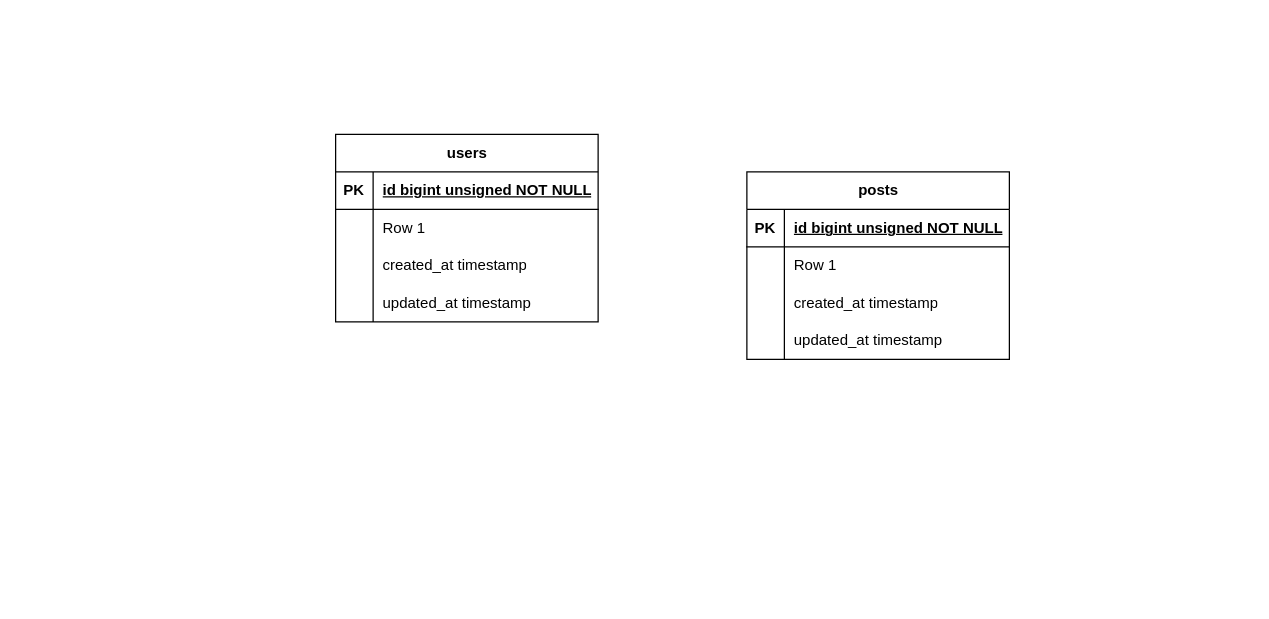
Earlier version of the draw.io diagram docs/apiserver.drawio (canadayama/laravel-apiserver). Source tidied: cells renumbered, new cells numbered last; positions are measured from the earlier drawing's top-left corner, leaving out a move shared by most shapes. Both pictures are drawn from the tidied source at 125%, with x=0, y=0 at pixel (335, 134).
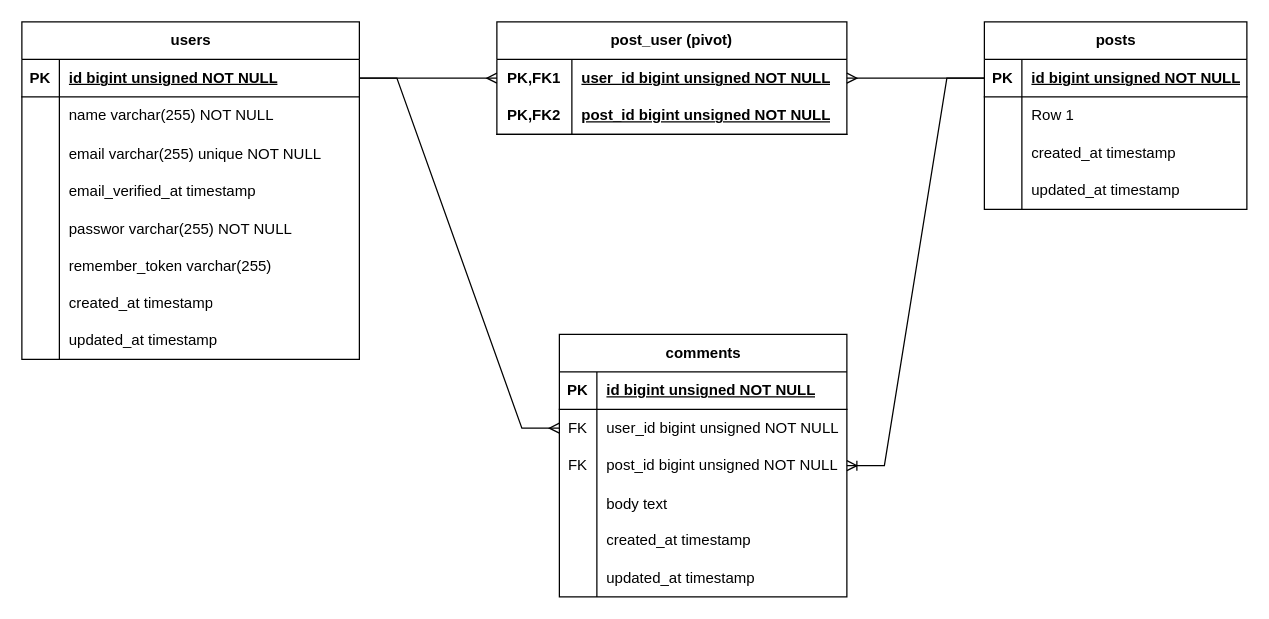
After the change.

The change refers to these unchanged cells:
```xml
<mxCell id="16" style="shape=tableRow;horizontal=0;startSize=0;swimlaneHead=0;swimlaneBody=0;fillColor=none;points=[[0,0.5],[1,0.5]];portConstraint=eastwest;top=0;left=0;right=0;bottom=1;" parent="15" vertex="1">
  <mxGeometry y="30" width="210" height="30" as="geometry" />
</mxCell>
```

The edit, as a diff of the source:
```diff
@@
     <mxCell id="2" value="users" style="shape=table;startSize=30;childLayout=tableLayout;rowLines=0;fontStyle=1;align=center;html=1;" parent="1" vertex="1">
-      <mxGeometry width="210" height="150" as="geometry" />
+      <mxGeometry x="-251" y="-90" width="270" height="270" as="geometry" />
     </mxCell>
     <mxCell id="3" style="shape=tableRow;horizontal=0;startSize=0;swimlaneHead=0;swimlaneBody=0;fillColor=none;points=[[0,0.5],[1,0.5]];portConstraint=eastwest;top=0;left=0;right=0;bottom=1;" parent="2" vertex="1">
-      <mxGeometry y="30" width="210" height="30" as="geometry" />
+      <mxGeometry y="30" width="270" height="30" as="geometry" />
     </mxCell>
@@
     <mxCell id="5" value="id bigint unsigned NOT NULL" style="shape=partialRectangle;fillColor=none;top=0;left=0;bottom=0;right=0;align=left;spacingLeft=6;fontStyle=5;overflow=hidden;whiteSpace=wrap;html=1;" parent="3" vertex="1">
-      <mxGeometry x="30" width="180" height="30" as="geometry" />
+      <mxGeometry x="30" width="240" height="30" as="geometry" />
     </mxCell>
     <mxCell id="6" style="shape=tableRow;horizontal=0;startSize=0;swimlaneHead=0;swimlaneBody=0;fillColor=none;top=0;left=0;right=0;bottom=0;" parent="2" vertex="1">
-      <mxGeometry y="60" width="210" height="30" as="geometry" />
+      <mxGeometry y="60" width="270" height="30" as="geometry" />
     </mxCell>
@@
-    <mxCell id="8" value="Row 1" style="shape=partialRectangle;fillColor=none;top=0;left=0;bottom=0;right=0;align=left;spacingLeft=6;overflow=hidden;whiteSpace=wrap;html=1;" parent="6" vertex="1">
-      <mxGeometry x="30" width="180" height="30" as="geometry" />
+    <mxCell id="8" value="name varchar(255) NOT NULL" style="shape=partialRectangle;fillColor=none;top=0;left=0;bottom=0;right=0;align=left;spacingLeft=6;overflow=hidden;whiteSpace=wrap;html=1;" parent="6" vertex="1">
+      <mxGeometry x="30" width="240" height="30" as="geometry" />
     </mxCell>
+    <mxCell id="28" style="shape=tableRow;horizontal=0;startSize=0;swimlaneHead=0;swimlaneBody=0;fillColor=none;top=0;left=0;right=0;bottom=0;" parent="2" vertex="1">
+      <mxGeometry y="90" width="270" height="30" as="geometry" />
+    </mxCell>
+    <mxCell id="29" style="shape=partialRectangle;fillColor=none;top=0;left=0;bottom=0;right=0;overflow=hidden;" parent="28" vertex="1">
+      <mxGeometry width="30" height="30" as="geometry" />
+    </mxCell>
+    <mxCell id="30" value="email varchar(255) unique NOT NULL" style="shape=partialRectangle;fillColor=none;top=0;left=0;bottom=0;right=0;align=left;spacingLeft=6;overflow=hidden;" parent="28" vertex="1">
+      <mxGeometry x="30" width="240" height="30" as="geometry" />
+    </mxCell>
+    <mxCell id="31" style="shape=tableRow;horizontal=0;startSize=0;swimlaneHead=0;swimlaneBody=0;fillColor=none;top=0;left=0;right=0;bottom=0;" parent="2" vertex="1">
+      <mxGeometry y="120" width="270" height="30" as="geometry" />
+    </mxCell>
+    <mxCell id="32" style="shape=partialRectangle;fillColor=none;top=0;left=0;bottom=0;right=0;overflow=hidden;" parent="31" vertex="1">
+      <mxGeometry width="30" height="30" as="geometry" />
+    </mxCell>
+    <mxCell id="33" value="email_verified_at timestamp" style="shape=partialRectangle;fillColor=none;top=0;left=0;bottom=0;right=0;align=left;spacingLeft=6;overflow=hidden;" parent="31" vertex="1">
+      <mxGeometry x="30" width="240" height="30" as="geometry" />
+    </mxCell>
+    <mxCell id="34" style="shape=tableRow;horizontal=0;startSize=0;swimlaneHead=0;swimlaneBody=0;fillColor=none;top=0;left=0;right=0;bottom=0;" parent="2" vertex="1">
+      <mxGeometry y="150" width="270" height="30" as="geometry" />
+    </mxCell>
+    <mxCell id="35" style="shape=partialRectangle;fillColor=none;top=0;left=0;bottom=0;right=0;overflow=hidden;" parent="34" vertex="1">
+      <mxGeometry width="30" height="30" as="geometry" />
+    </mxCell>
+    <mxCell id="36" value="passwor varchar(255) NOT NULL" style="shape=partialRectangle;fillColor=none;top=0;left=0;bottom=0;right=0;align=left;spacingLeft=6;overflow=hidden;" parent="34" vertex="1">
+      <mxGeometry x="30" width="240" height="30" as="geometry" />
+    </mxCell>
+    <mxCell id="37" style="shape=tableRow;horizontal=0;startSize=0;swimlaneHead=0;swimlaneBody=0;fillColor=none;top=0;left=0;right=0;bottom=0;" parent="2" vertex="1">
+      <mxGeometry y="180" width="270" height="30" as="geometry" />
+    </mxCell>
+    <mxCell id="38" style="shape=partialRectangle;fillColor=none;top=0;left=0;bottom=0;right=0;overflow=hidden;" parent="37" vertex="1">
+      <mxGeometry width="30" height="30" as="geometry" />
+    </mxCell>
+    <mxCell id="39" value="remember_token varchar(255)" style="shape=partialRectangle;fillColor=none;top=0;left=0;bottom=0;right=0;align=left;spacingLeft=6;overflow=hidden;" parent="37" vertex="1">
+      <mxGeometry x="30" width="240" height="30" as="geometry" />
+    </mxCell>
     <mxCell id="9" style="shape=tableRow;horizontal=0;startSize=0;swimlaneHead=0;swimlaneBody=0;fillColor=none;top=0;left=0;right=0;bottom=0;" parent="2" vertex="1">
-      <mxGeometry y="90" width="210" height="30" as="geometry" />
+      <mxGeometry y="210" width="270" height="30" as="geometry" />
     </mxCell>
@@
     <mxCell id="11" value="created_at timestamp" style="shape=partialRectangle;fillColor=none;top=0;left=0;bottom=0;right=0;align=left;spacingLeft=6;overflow=hidden;whiteSpace=wrap;html=1;" parent="9" vertex="1">
-      <mxGeometry x="30" width="180" height="30" as="geometry" />
+      <mxGeometry x="30" width="240" height="30" as="geometry" />
     </mxCell>
     <mxCell id="12" style="shape=tableRow;horizontal=0;startSize=0;swimlaneHead=0;swimlaneBody=0;fillColor=none;top=0;left=0;right=0;bottom=0;" parent="2" vertex="1">
-      <mxGeometry y="120" width="210" height="30" as="geometry" />
+      <mxGeometry y="240" width="270" height="30" as="geometry" />
     </mxCell>
@@
     <mxCell id="14" value="updated_at timestamp" style="shape=partialRectangle;fillColor=none;top=0;left=0;bottom=0;right=0;align=left;spacingLeft=6;overflow=hidden;whiteSpace=wrap;html=1;" parent="12" vertex="1">
-      <mxGeometry x="30" width="180" height="30" as="geometry" />
+      <mxGeometry x="30" width="240" height="30" as="geometry" />
     </mxCell>
     <mxCell id="15" value="posts" style="shape=table;startSize=30;childLayout=tableLayout;rowLines=0;fontStyle=1;align=center;html=1;" parent="1" vertex="1">
-      <mxGeometry x="329" y="30" width="210" height="150" as="geometry" />
+      <mxGeometry x="519" y="-90" width="210" height="150" as="geometry" />
     </mxCell>
@@
+    <mxCell id="40" value="post_user (pivot)" style="shape=table;startSize=30;childLayout=tableLayout;rowLines=0;fontStyle=1;align=center;html=1;whiteSpace=wrap;" parent="1" vertex="1">
+      <mxGeometry x="129" y="-90" width="280" height="90" as="geometry" />
+    </mxCell>
+    <mxCell id="41" style="shape=tableRow;horizontal=0;startSize=0;swimlaneHead=0;swimlaneBody=0;fillColor=none;points=[[0,0.5],[1,0.5]];portConstraint=eastwest;top=0;left=0;right=0;bottom=0;html=1;" parent="40" vertex="1">
+      <mxGeometry y="30" width="280" height="30" as="geometry" />
+    </mxCell>
+    <mxCell id="42" value="PK,FK1" style="shape=partialRectangle;fillColor=none;top=0;left=0;bottom=0;right=0;fontStyle=1;overflow=hidden;html=1;whiteSpace=wrap;" parent="41" vertex="1">
+      <mxGeometry width="60" height="30" as="geometry" />
+    </mxCell>
+    <mxCell id="43" value="user_id bigint unsigned NOT NULL" style="shape=partialRectangle;fillColor=none;top=0;left=0;bottom=0;right=0;align=left;spacingLeft=6;fontStyle=5;overflow=hidden;html=1;whiteSpace=wrap;" parent="41" vertex="1">
+      <mxGeometry x="60" width="220" height="30" as="geometry" />
+    </mxCell>
+    <mxCell id="44" style="shape=tableRow;horizontal=0;startSize=0;swimlaneHead=0;swimlaneBody=0;fillColor=none;top=0;left=0;right=0;bottom=1;html=1;" parent="40" vertex="1">
+      <mxGeometry y="60" width="280" height="30" as="geometry" />
+    </mxCell>
+    <mxCell id="45" value="PK,FK2" style="shape=partialRectangle;fillColor=none;top=0;left=0;bottom=0;right=0;fontStyle=1;overflow=hidden;html=1;whiteSpace=wrap;" parent="44" vertex="1">
+      <mxGeometry width="60" height="30" as="geometry" />
+    </mxCell>
+    <mxCell id="46" value="post_id bigint unsigned NOT NULL" style="shape=partialRectangle;fillColor=none;top=0;left=0;bottom=0;right=0;align=left;spacingLeft=6;fontStyle=5;overflow=hidden;html=1;whiteSpace=wrap;" parent="44" vertex="1">
+      <mxGeometry x="60" width="220" height="30" as="geometry" />
+    </mxCell>
+    <mxCell id="47" style="edgeStyle=entityRelationEdgeStyle;fontSize=12;html=1;endArrow=ERmany;rounded=0;exitX=1;exitY=0.5;exitDx=0;exitDy=0;entryX=0;entryY=0.5;entryDx=0;entryDy=0;" parent="1" edge="1" source="3" target="41">
+      <mxGeometry relative="1" as="geometry" />
+    </mxCell>
+    <mxCell id="48" style="edgeStyle=entityRelationEdgeStyle;fontSize=12;html=1;endArrow=ERmany;rounded=0;entryX=1;entryY=0.5;entryDx=0;entryDy=0;exitX=0;exitY=0.5;exitDx=0;exitDy=0;" parent="1" edge="1" source="16" target="41">
+      <mxGeometry relative="1" as="geometry" />
+    </mxCell>
+    <mxCell id="49" value="comments" style="shape=table;startSize=30;childLayout=tableLayout;rowLines=0;fontStyle=1;align=center;html=1;" parent="1" vertex="1">
+      <mxGeometry x="179" y="160" width="230" height="210" as="geometry" />
+    </mxCell>
+    <mxCell id="50" style="shape=tableRow;horizontal=0;startSize=0;swimlaneHead=0;swimlaneBody=0;fillColor=none;top=0;left=0;right=0;bottom=1;" parent="49" vertex="1">
+      <mxGeometry y="30" width="230" height="30" as="geometry" />
+    </mxCell>
+    <mxCell id="51" value="PK" style="shape=partialRectangle;fillColor=none;top=0;left=0;bottom=0;right=0;fontStyle=1;overflow=hidden;whiteSpace=wrap;html=1;" parent="50" vertex="1">
+      <mxGeometry width="30" height="30" as="geometry" />
+    </mxCell>
+    <mxCell id="52" value="id bigint unsigned NOT NULL" style="shape=partialRectangle;fillColor=none;top=0;left=0;bottom=0;right=0;align=left;spacingLeft=6;fontStyle=5;overflow=hidden;whiteSpace=wrap;html=1;" parent="50" vertex="1">
+      <mxGeometry x="30" width="200" height="30" as="geometry" />
+    </mxCell>
+    <mxCell id="53" style="shape=tableRow;horizontal=0;startSize=0;swimlaneHead=0;swimlaneBody=0;fillColor=none;points=[[0,0.5],[1,0.5]];portConstraint=eastwest;top=0;left=0;right=0;bottom=0;" parent="49" vertex="1">
+      <mxGeometry y="60" width="230" height="30" as="geometry" />
+    </mxCell>
+    <mxCell id="54" value="FK" style="shape=partialRectangle;fillColor=none;top=0;left=0;bottom=0;right=0;fontStyle=0;overflow=hidden;whiteSpace=wrap;html=1;" parent="53" vertex="1">
+      <mxGeometry width="30" height="30" as="geometry" />
+    </mxCell>
+    <mxCell id="55" value="user_id bigint unsigned NOT NULL" style="shape=partialRectangle;fillColor=none;top=0;left=0;bottom=0;right=0;align=left;spacingLeft=6;fontStyle=0;overflow=hidden;whiteSpace=wrap;html=1;" parent="53" vertex="1">
+      <mxGeometry x="30" width="200" height="30" as="geometry" />
+    </mxCell>
+    <mxCell id="56" style="shape=tableRow;horizontal=0;startSize=0;swimlaneHead=0;swimlaneBody=0;fillColor=none;points=[[0,0.5],[1,0.5]];portConstraint=eastwest;top=0;left=0;right=0;bottom=0;" parent="49" vertex="1">
+      <mxGeometry y="90" width="230" height="30" as="geometry" />
+    </mxCell>
+    <mxCell id="57" value="FK" style="shape=partialRectangle;fillColor=none;top=0;left=0;bottom=0;right=0;fontStyle=0;overflow=hidden;whiteSpace=wrap;html=1;" parent="56" vertex="1">
+      <mxGeometry width="30" height="30" as="geometry" />
+    </mxCell>
+    <mxCell id="58" value="post_id bigint unsigned NOT NULL" style="shape=partialRectangle;fillColor=none;top=0;left=0;bottom=0;right=0;align=left;spacingLeft=6;fontStyle=0;overflow=hidden;whiteSpace=wrap;html=1;" parent="56" vertex="1">
+      <mxGeometry x="30" width="200" height="30" as="geometry" />
+    </mxCell>
+    <mxCell id="59" style="shape=tableRow;horizontal=0;startSize=0;swimlaneHead=0;swimlaneBody=0;fillColor=none;top=0;left=0;right=0;bottom=0;" parent="49" vertex="1">
+      <mxGeometry y="120" width="230" height="30" as="geometry" />
+    </mxCell>
+    <mxCell id="60" style="shape=partialRectangle;fillColor=none;top=0;left=0;bottom=0;right=0;overflow=hidden;" parent="59" vertex="1">
+      <mxGeometry width="30" height="30" as="geometry" />
+    </mxCell>
+    <mxCell id="61" value="body text" style="shape=partialRectangle;fillColor=none;top=0;left=0;bottom=0;right=0;align=left;spacingLeft=6;overflow=hidden;" parent="59" vertex="1">
+      <mxGeometry x="30" width="200" height="30" as="geometry" />
+    </mxCell>
+    <mxCell id="62" style="shape=tableRow;horizontal=0;startSize=0;swimlaneHead=0;swimlaneBody=0;fillColor=none;top=0;left=0;right=0;bottom=0;" parent="49" vertex="1">
+      <mxGeometry y="150" width="230" height="30" as="geometry" />
+    </mxCell>
+    <mxCell id="63" style="shape=partialRectangle;fillColor=none;top=0;left=0;bottom=0;right=0;overflow=hidden;whiteSpace=wrap;html=1;" parent="62" vertex="1">
+      <mxGeometry width="30" height="30" as="geometry" />
+    </mxCell>
+    <mxCell id="64" value="created_at timestamp" style="shape=partialRectangle;fillColor=none;top=0;left=0;bottom=0;right=0;align=left;spacingLeft=6;overflow=hidden;whiteSpace=wrap;html=1;" parent="62" vertex="1">
+      <mxGeometry x="30" width="200" height="30" as="geometry" />
+    </mxCell>
+    <mxCell id="65" style="shape=tableRow;horizontal=0;startSize=0;swimlaneHead=0;swimlaneBody=0;fillColor=none;top=0;left=0;right=0;bottom=0;" parent="49" vertex="1">
+      <mxGeometry y="180" width="230" height="30" as="geometry" />
+    </mxCell>
+    <mxCell id="66" style="shape=partialRectangle;fillColor=none;top=0;left=0;bottom=0;right=0;overflow=hidden;whiteSpace=wrap;html=1;" parent="65" vertex="1">
+      <mxGeometry width="30" height="30" as="geometry" />
+    </mxCell>
+    <mxCell id="67" value="updated_at timestamp" style="shape=partialRectangle;fillColor=none;top=0;left=0;bottom=0;right=0;align=left;spacingLeft=6;overflow=hidden;whiteSpace=wrap;html=1;" parent="65" vertex="1">
+      <mxGeometry x="30" width="200" height="30" as="geometry" />
+    </mxCell>
+    <mxCell id="68" style="edgeStyle=entityRelationEdgeStyle;fontSize=12;html=1;endArrow=ERmany;rounded=0;exitX=1;exitY=0.5;exitDx=0;exitDy=0;entryX=0;entryY=0.5;entryDx=0;entryDy=0;" parent="1" edge="1" source="3" target="53">
+      <mxGeometry relative="1" as="geometry" />
+    </mxCell>
+    <mxCell id="69" style="edgeStyle=entityRelationEdgeStyle;fontSize=12;html=1;endArrow=ERoneToMany;rounded=0;entryX=1;entryY=0.5;entryDx=0;entryDy=0;exitX=0;exitY=0.5;exitDx=0;exitDy=0;" parent="1" edge="1" source="16" target="56">
+      <mxGeometry relative="1" as="geometry" />
+    </mxCell>
```
